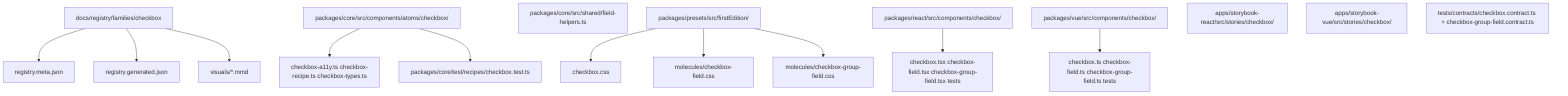
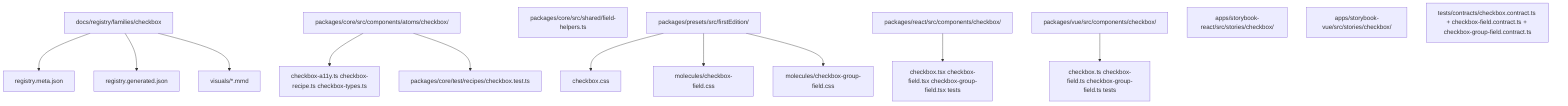
flowchart TD
  Registry["docs/registry/families/checkbox"]
  Registry --> Meta["registry.meta.json"]
  Registry --> Generated["registry.generated.json"]
  Registry --> Visuals["visuals/*.mmd"]

  Core["packages/core/src/components/atoms/checkbox/"]
  Core --> CoreFiles["checkbox-a11y.ts checkbox-recipe.ts checkbox-types.ts"]
  CoreTests["packages/core/test/recipes/checkbox.test.ts"]
  Core --> CoreTests
  Helpers["packages/core/src/shared/field-helpers.ts"]

  Presets["packages/presets/src/firstEdition/"]
  Presets --> CheckboxCss["checkbox.css"]
  Presets --> FieldCss["molecules/checkbox-field.css"]
  Presets --> GroupCss["molecules/checkbox-group-field.css"]

  React["packages/react/src/components/checkbox/"]
  React --> ReactFiles["checkbox.tsx checkbox-field.tsx checkbox-group-field.tsx tests"]

  Vue["packages/vue/src/components/checkbox/"]
  Vue --> VueFiles["checkbox.ts checkbox-field.ts checkbox-group-field.ts tests"]

  StoriesR["apps/storybook-react/src/stories/checkbox/"]
  StoriesV["apps/storybook-vue/src/stories/checkbox/"]
-   Contracts["tests/contracts/checkbox.contract.ts + checkbox-group-field.contract.ts"]
+   Contracts["tests/contracts/checkbox.contract.ts + checkbox-field.contract.ts + checkbox-group-field.contract.ts"]
